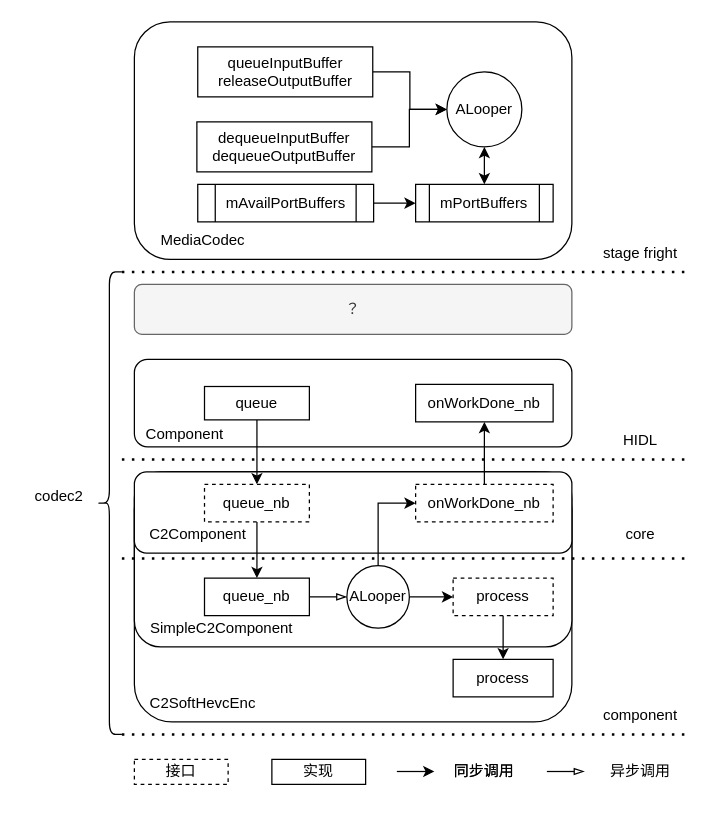
This is page "流程图" (2 of 3) of src/codec2_frame.drawio from colourfate/Blog, a draw.io file, before an edit. Source tidied: cells renumbered, new cells numbered last; positions are measured from the earlier drawing's top-left corner, leaving out a move shared by most shapes. Both pictures are drawn from the tidied source at 125%, with x=0, y=0 at pixel (21, 21).
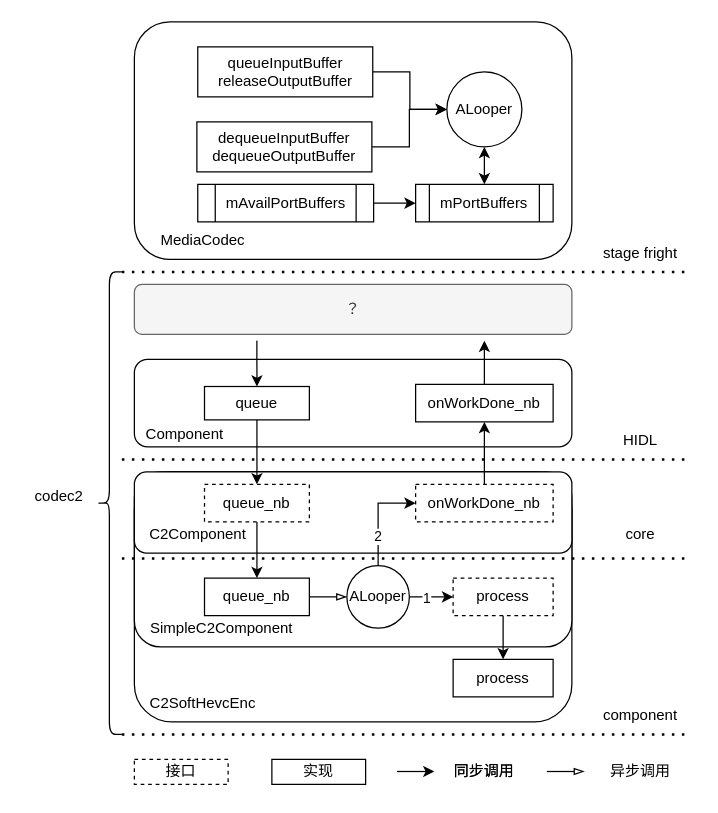
The same page after the edit.

The change refers to these unchanged cells:
```xml
<mxCell id="7" style="edgeStyle=orthogonalEdgeStyle;rounded=0;jettySize=auto;html=1;exitX=1;exitY=0.5;exitDx=0;exitDy=0;entryX=0;entryY=0.5;entryDx=0;entryDy=0;" parent="1" edge="1" source="9" target="13">
  <mxGeometry relative="1" as="geometry" />
</mxCell>
<mxCell id="8" style="edgeStyle=orthogonalEdgeStyle;rounded=0;jettySize=auto;html=1;exitX=0.5;exitY=0;exitDx=0;exitDy=0;entryX=0;entryY=0.5;entryDx=0;entryDy=0;" parent="1" edge="1" source="9" target="19">
  <mxGeometry relative="1" as="geometry" />
</mxCell>
<mxCell id="17" value="queue" style="rounded=0;whiteSpace=wrap;html=1;" parent="1" vertex="1">
  <mxGeometry x="146.1" y="291.7" width="83.9" height="26.7" as="geometry" />
</mxCell>
<mxCell id="44" value="onWorkDone_nb" style="rounded=0;whiteSpace=wrap;html=1;" parent="1" vertex="1">
  <mxGeometry x="315" y="290" width="110" height="30" as="geometry" />
</mxCell>
```

What changed in the source:
```diff
@@
+    <mxCell id="54" value="1" style="edgeLabel;html=1;align=center;verticalAlign=middle;" parent="7" vertex="1">
+      <mxGeometry x="-0.23" relative="1" as="geometry" />
+    </mxCell>
@@
+    <mxCell id="55" value="2" style="edgeLabel;html=1;align=center;verticalAlign=middle;" parent="8" vertex="1">
+      <mxGeometry x="-0.39" y="1" relative="1" as="geometry" />
+    </mxCell>
@@
+    <mxCell id="56" style="endArrow=classic;html=1;rounded=0;exitX=0.5;exitY=0;exitDx=0;exitDy=0;" parent="1" edge="1" source="44">
+      <mxGeometry relative="1" as="geometry">
+        <mxPoint x="370" y="255" as="targetPoint" />
+      </mxGeometry>
+    </mxCell>
+    <mxCell id="57" style="endArrow=classic;html=1;rounded=0;entryX=0.5;entryY=0;entryDx=0;entryDy=0;" parent="1" edge="1" target="17">
+      <mxGeometry relative="1" as="geometry">
+        <mxPoint x="188" y="255" as="sourcePoint" />
+      </mxGeometry>
+    </mxCell>
```
